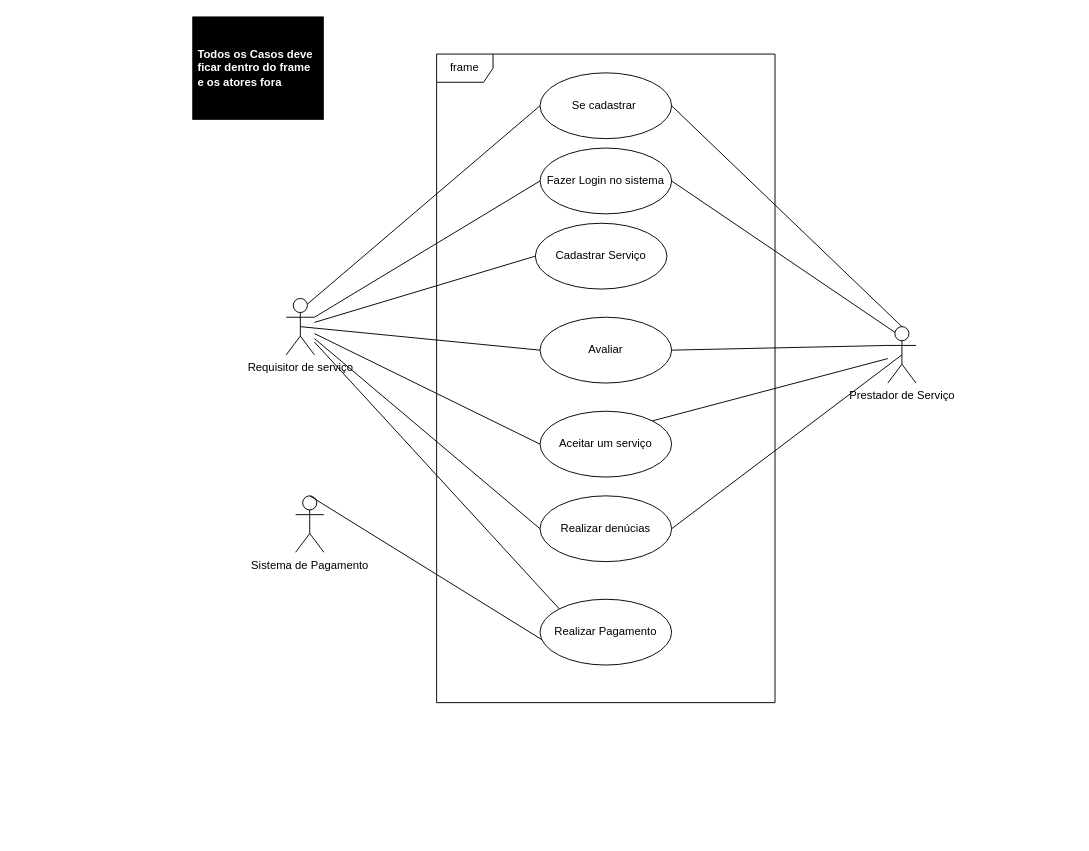
The draw.io diagram Casos_de_uso_Diagrama_editavel/casos de uso.drawio in daikisuga/BICO, before the edit. Source tidied: cells renumbered, new cells numbered last; positions are measured from the earlier drawing's top-left corner, leaving out a move shared by most shapes. Both pictures are drawn from the tidied source at 94%, with x=0, y=0 at pixel (192, 16).
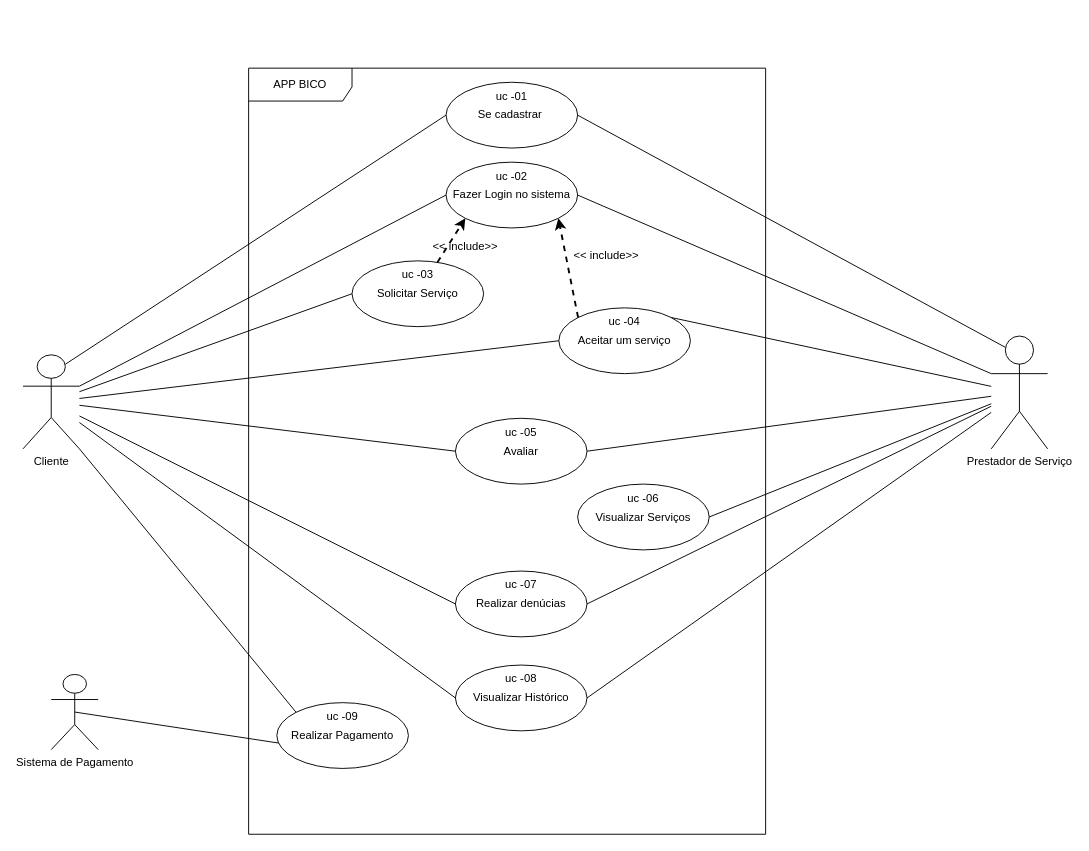
Above is the later version.

Commit message (it also covers changes not shown here):
Use case Final!

Já corrigido pela professora e já pode ser usado para a criação das tabelas de especificação!
Mas vou salvar o diagrama do draw também por garantia.

The edit, as a diff of the source:
```diff
@@
-    <mxCell id="2" value="Requisitor de serviço" style="shape=umlActor;verticalLabelPosition=bottom;verticalAlign=top;html=1;outlineConnect=0;" parent="1" vertex="1">
-      <mxGeometry x="100" y="300" width="30" height="60" as="geometry" />
+    <mxCell id="2" value="Cliente" style="shape=umlActor;verticalLabelPosition=bottom;verticalAlign=top;html=1;outlineConnect=0;" parent="1" vertex="1">
+      <mxGeometry x="-180" y="360" width="60" height="100" as="geometry" />
     </mxCell>
     <mxCell id="3" value="Fazer Login no sistema" style="ellipse;whiteSpace=wrap;html=1;" parent="1" vertex="1">
-      <mxGeometry x="370" y="140" width="140" height="70" as="geometry" />
+      <mxGeometry x="270" y="155" width="140" height="70" as="geometry" />
     </mxCell>
@@
-    <mxCell id="5" value="Cadastrar Serviço" style="ellipse;whiteSpace=wrap;html=1;" parent="1" vertex="1">
-      <mxGeometry x="365" y="220" width="140" height="70" as="geometry" />
+    <mxCell id="5" value="Solicitar Serviço" style="ellipse;whiteSpace=wrap;html=1;" parent="1" vertex="1">
+      <mxGeometry x="170" y="260" width="140" height="70" as="geometry" />
     </mxCell>
@@
     <mxCell id="7" value="Se cadastrar&amp;nbsp;" style="ellipse;whiteSpace=wrap;html=1;" parent="1" vertex="1">
-      <mxGeometry x="370" y="60" width="140" height="70" as="geometry" />
+      <mxGeometry x="270" y="70" width="140" height="70" as="geometry" />
     </mxCell>
@@
     <mxCell id="9" value="Realizar Pagamento" style="ellipse;whiteSpace=wrap;html=1;" parent="1" vertex="1">
-      <mxGeometry x="370" y="620" width="140" height="70" as="geometry" />
+      <mxGeometry x="90" y="730" width="140" height="70" as="geometry" />
     </mxCell>
-    <mxCell id="10" style="endArrow=none;html=1;rounded=0;entryX=0;entryY=0;entryDx=0;entryDy=0;" parent="1" edge="1" source="2" target="9">
+    <mxCell id="10" style="endArrow=none;html=1;rounded=0;entryX=0;entryY=0;entryDx=0;entryDy=0;exitX=1;exitY=1;exitDx=0;exitDy=0;exitPerimeter=0;" parent="1" edge="1" source="2" target="9">
       <mxGeometry relative="1" as="geometry" />
     </mxCell>
     <mxCell id="11" value="Sistema de Pagamento" style="shape=umlActor;verticalLabelPosition=bottom;verticalAlign=top;html=1;" parent="1" vertex="1">
-      <mxGeometry x="110" y="510" width="30" height="60" as="geometry" />
+      <mxGeometry x="-150" y="700" width="50" height="80" as="geometry" />
     </mxCell>
-    <mxCell id="12" style="endArrow=none;html=1;rounded=0;entryX=0.014;entryY=0.614;entryDx=0;entryDy=0;exitX=0.5;exitY=0;exitDx=0;exitDy=0;exitPerimeter=0;entryPerimeter=0;" parent="1" edge="1" source="11" target="9">
+    <mxCell id="12" style="endArrow=none;html=1;rounded=0;entryX=0.014;entryY=0.614;entryDx=0;entryDy=0;exitX=0.5;exitY=0.5;exitDx=0;exitDy=0;exitPerimeter=0;entryPerimeter=0;" parent="1" edge="1" source="11" target="9">
       <mxGeometry relative="1" as="geometry" />
     </mxCell>
     <mxCell id="13" value="Prestador de Serviço" style="shape=umlActor;verticalLabelPosition=bottom;verticalAlign=top;html=1;" parent="1" vertex="1">
-      <mxGeometry x="740" y="330" width="30" height="60" as="geometry" />
+      <mxGeometry x="850" y="340" width="60" height="120" as="geometry" />
     </mxCell>
-    <mxCell id="14" style="endArrow=none;html=1;rounded=0;entryX=1;entryY=0.5;entryDx=0;entryDy=0;exitX=0.5;exitY=0;exitDx=0;exitDy=0;exitPerimeter=0;" parent="1" edge="1" source="13" target="7">
+    <mxCell id="14" style="endArrow=none;html=1;rounded=0;entryX=1;entryY=0.5;entryDx=0;entryDy=0;exitX=0.25;exitY=0.1;exitDx=0;exitDy=0;exitPerimeter=0;" parent="1" edge="1" source="13" target="7">
       <mxGeometry relative="1" as="geometry" />
     </mxCell>
-    <mxCell id="15" style="endArrow=none;html=1;rounded=0;entryX=1;entryY=0.5;entryDx=0;entryDy=0;exitX=0.25;exitY=0.1;exitDx=0;exitDy=0;exitPerimeter=0;" parent="1" edge="1" source="13" target="3">
+    <mxCell id="15" style="endArrow=none;html=1;rounded=0;entryX=1;entryY=0.5;entryDx=0;entryDy=0;exitX=0;exitY=0.3333333333333333;exitDx=0;exitDy=0;exitPerimeter=0;" parent="1" edge="1" source="13" target="3">
       <mxGeometry relative="1" as="geometry" />
     </mxCell>
     <mxCell id="16" value="Aceitar um serviço" style="ellipse;whiteSpace=wrap;html=1;" parent="1" vertex="1">
-      <mxGeometry x="370" y="420" width="140" height="70" as="geometry" />
+      <mxGeometry x="390" y="310" width="140" height="70" as="geometry" />
     </mxCell>
@@
-    <mxCell id="19" value="frame" style="shape=umlFrame;whiteSpace=wrap;html=1;" parent="1" vertex="1">
-      <mxGeometry x="260" y="40" width="360" height="690" as="geometry" />
+    <mxCell id="19" value="APP BICO" style="shape=umlFrame;whiteSpace=wrap;html=1;width=110;height=35;" parent="1" vertex="1">
+      <mxGeometry x="60" y="55" width="550" height="815" as="geometry" />
     </mxCell>
-    <mxCell id="20" value="&lt;b&gt;&lt;font color=&quot;#ffffff&quot;&gt;Todos os Casos deve ficar dentro do frame e os atores fora&lt;/font&gt;&lt;/b&gt;" style="text;strokeColor=none;fillColor=#000000;align=left;verticalAlign=middle;spacingLeft=4;spacingRight=4;overflow=hidden;whiteSpace=wrap;html=1;" parent="1" vertex="1">
-      <mxGeometry width="140" height="110" as="geometry" />
-    </mxCell>
     <mxCell id="21" value="Realizar denúcias" style="ellipse;whiteSpace=wrap;html=1;" parent="1" vertex="1">
-      <mxGeometry x="370" y="510" width="140" height="70" as="geometry" />
+      <mxGeometry x="280" y="590" width="140" height="70" as="geometry" />
     </mxCell>
@@
-    <mxCell id="23" style="endArrow=none;html=1;rounded=0;exitX=0.5;exitY=0.5;exitDx=0;exitDy=0;exitPerimeter=0;entryX=1;entryY=0.5;entryDx=0;entryDy=0;" parent="1" edge="1" source="13" target="21">
+    <mxCell id="23" style="endArrow=none;html=1;rounded=0;entryX=1;entryY=0.5;entryDx=0;entryDy=0;" parent="1" edge="1" source="13" target="21">
       <mxGeometry relative="1" as="geometry" />
     </mxCell>
     <mxCell id="24" value="Avaliar" style="ellipse;whiteSpace=wrap;html=1;" parent="1" vertex="1">
-      <mxGeometry x="370" y="320" width="140" height="70" as="geometry" />
+      <mxGeometry x="280" y="427.5" width="140" height="70" as="geometry" />
     </mxCell>
-    <mxCell id="25" style="endArrow=none;html=1;rounded=0;entryX=0;entryY=0.5;entryDx=0;entryDy=0;exitX=0.5;exitY=0.5;exitDx=0;exitDy=0;exitPerimeter=0;" parent="1" edge="1" source="2" target="24">
+    <mxCell id="25" style="endArrow=none;html=1;rounded=0;entryX=0;entryY=0.5;entryDx=0;entryDy=0;" parent="1" edge="1" source="2" target="24">
       <mxGeometry relative="1" as="geometry" />
     </mxCell>
-    <mxCell id="26" style="endArrow=none;html=1;rounded=0;entryX=1;entryY=0.5;entryDx=0;entryDy=0;exitX=0;exitY=0.3333333333333333;exitDx=0;exitDy=0;exitPerimeter=0;" parent="1" edge="1" source="13" target="24">
+    <mxCell id="26" style="endArrow=none;html=1;rounded=0;entryX=1;entryY=0.5;entryDx=0;entryDy=0;" parent="1" edge="1" source="13" target="24">
       <mxGeometry relative="1" as="geometry" />
     </mxCell>
+    <mxCell id="27" value="Visualizar Serviços" style="ellipse;whiteSpace=wrap;html=1;" parent="1" vertex="1">
+      <mxGeometry x="410" y="497.5" width="140" height="70" as="geometry" />
+    </mxCell>
+    <mxCell id="28" style="endArrow=none;html=1;rounded=0;entryX=1;entryY=0.5;entryDx=0;entryDy=0;" parent="1" edge="1" source="13" target="27">
+      <mxGeometry relative="1" as="geometry" />
+    </mxCell>
+    <mxCell id="29" value="Visualizar Histórico" style="ellipse;whiteSpace=wrap;html=1;" parent="1" vertex="1">
+      <mxGeometry x="280" y="690" width="140" height="70" as="geometry" />
+    </mxCell>
+    <mxCell id="30" style="endArrow=none;html=1;rounded=0;entryX=0;entryY=0.5;entryDx=0;entryDy=0;" parent="1" edge="1" source="2" target="29">
+      <mxGeometry relative="1" as="geometry" />
+    </mxCell>
+    <mxCell id="31" style="endArrow=none;html=1;rounded=0;exitX=1;exitY=0.5;exitDx=0;exitDy=0;" parent="1" edge="1" source="29" target="13">
+      <mxGeometry relative="1" as="geometry" />
+    </mxCell>
+    <mxCell id="32" style="endArrow=classic;dashed=1;html=1;strokeWidth=2;rounded=0;entryX=0;entryY=1;entryDx=0;entryDy=0;endFill=1;" parent="1" edge="1" source="5" target="3">
+      <mxGeometry relative="1" as="geometry" />
+    </mxCell>
+    <mxCell id="33" style="endArrow=classic;dashed=1;html=1;strokeWidth=2;rounded=0;entryX=1;entryY=1;entryDx=0;entryDy=0;exitX=0;exitY=0;exitDx=0;exitDy=0;endFill=1;" parent="1" edge="1" source="16" target="3">
+      <mxGeometry relative="1" as="geometry" />
+    </mxCell>
+    <mxCell id="34" value="&amp;lt;&amp;lt; include&amp;gt;&amp;gt;" style="text;strokeColor=none;fillColor=none;align=left;verticalAlign=middle;spacingLeft=4;spacingRight=4;overflow=hidden;whiteSpace=wrap;html=1;" parent="1" vertex="1">
+      <mxGeometry x="250" y="230" width="80" height="30" as="geometry" />
+    </mxCell>
+    <mxCell id="35" value="&amp;lt;&amp;lt; include&amp;gt;&amp;gt;" style="text;strokeColor=none;fillColor=none;align=left;verticalAlign=middle;spacingLeft=4;spacingRight=4;overflow=hidden;whiteSpace=wrap;html=1;" parent="1" vertex="1">
+      <mxGeometry x="400" y="240" width="80" height="30" as="geometry" />
+    </mxCell>
+    <mxCell id="36" value="uc -01" style="text;html=1;align=center;verticalAlign=middle;whiteSpace=wrap;rounded=0;" parent="1" vertex="1">
+      <mxGeometry x="310" y="70" width="60" height="30" as="geometry" />
+    </mxCell>
+    <mxCell id="37" value="uc -02" style="text;html=1;align=center;verticalAlign=middle;whiteSpace=wrap;rounded=0;" parent="1" vertex="1">
+      <mxGeometry x="315" y="155" width="50" height="30" as="geometry" />
+    </mxCell>
+    <mxCell id="38" value="uc -03" style="text;html=1;align=center;verticalAlign=middle;whiteSpace=wrap;rounded=0;" parent="1" vertex="1">
+      <mxGeometry x="215" y="260" width="50" height="30" as="geometry" />
+    </mxCell>
+    <mxCell id="39" value="uc -04" style="text;html=1;align=center;verticalAlign=middle;whiteSpace=wrap;rounded=0;" parent="1" vertex="1">
+      <mxGeometry x="435" y="310" width="50" height="30" as="geometry" />
+    </mxCell>
+    <mxCell id="40" value="uc -05" style="text;html=1;align=center;verticalAlign=middle;whiteSpace=wrap;rounded=0;" parent="1" vertex="1">
+      <mxGeometry x="325" y="427.5" width="50" height="30" as="geometry" />
+    </mxCell>
+    <mxCell id="41" value="uc -06" style="text;html=1;align=center;verticalAlign=middle;whiteSpace=wrap;rounded=0;" parent="1" vertex="1">
+      <mxGeometry x="455" y="497.5" width="50" height="30" as="geometry" />
+    </mxCell>
+    <mxCell id="42" value="uc -07" style="text;html=1;align=center;verticalAlign=middle;whiteSpace=wrap;rounded=0;" parent="1" vertex="1">
+      <mxGeometry x="325" y="590" width="50" height="30" as="geometry" />
+    </mxCell>
+    <mxCell id="43" value="uc -08" style="text;html=1;align=center;verticalAlign=middle;whiteSpace=wrap;rounded=0;" parent="1" vertex="1">
+      <mxGeometry x="325" y="690" width="50" height="30" as="geometry" />
+    </mxCell>
+    <mxCell id="44" value="uc -09" style="text;html=1;align=center;verticalAlign=middle;whiteSpace=wrap;rounded=0;" parent="1" vertex="1">
+      <mxGeometry x="135" y="730" width="50" height="30" as="geometry" />
+    </mxCell>
```
